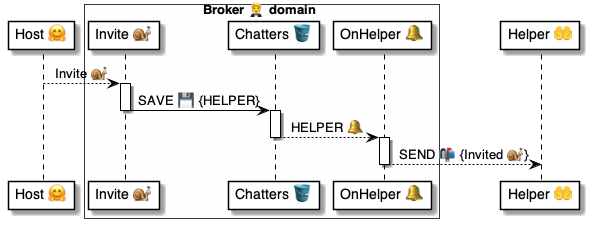
Above: 4 ⚙️ Solution/20 🧑‍🦰 UI/Brokers 🤵/🤵🪣 Broker tables/Chatters 👥 table/🪣🧱 34 Helper 🔔 event/🤵 OnChatterHelper ⚙️ uml.png in pollyweb-org/pollyweb-docs (PlantUML), before the change. Its source is kept beside it as 4 ⚙️ Solution/20 🧑‍🦰 UI/Brokers 🤵/🤵🪣 Broker tables/Chatters 👥 table/🪣🧱 34 Helper 🔔 event/🤵 OnChatterHelper ⚙️ uml.puml.
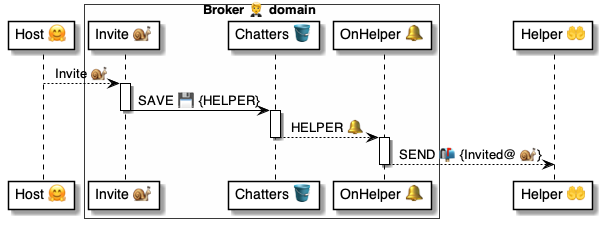
After the change.

Diff of the diagram source:
```diff
@@ -20,7 +20,7 @@
 deactivate table
 
 activate handler
-    handler --> helper: SEND 📬 {Invited 🐌}
+    handler --> helper: SEND 📬 {Invited@ 🐌}
 deactivate handler
 
 @enduml
```
